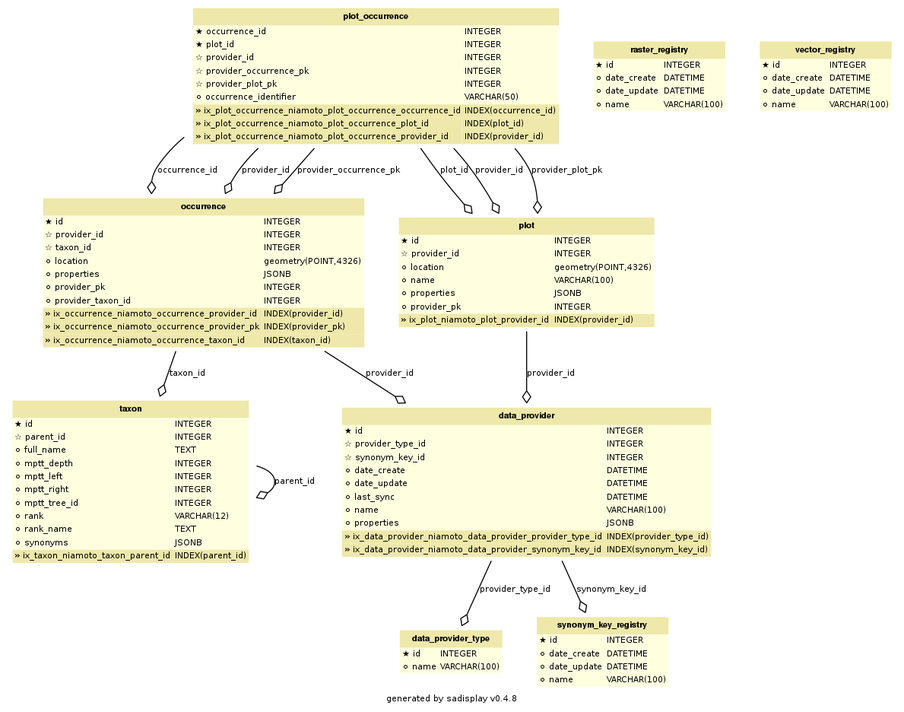
Earlier version of the Graphviz export docs/_static/db_schema.png (dimitri-justeau/niamoto-core). Its source is kept beside it as docs/_static/db_schema.dot.
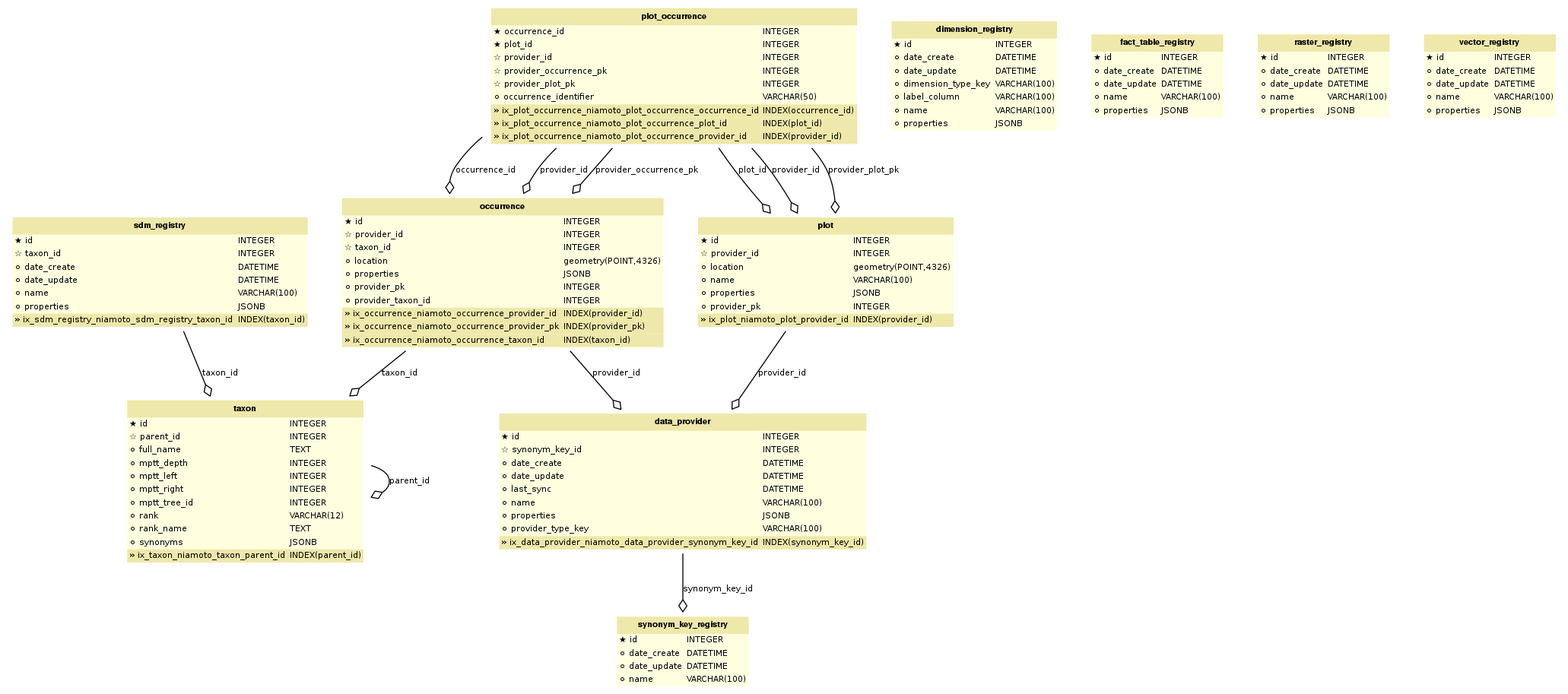
The same diagram one commit later.

Commit message:
Update Plantnote provider

The edit, as a diff of the source:
```diff
@@ -1,5 +1,4 @@
         digraph G {
-            label = "generated by sadisplay v0.4.8";
             fontname = "Bitstream Vera Sans"
             fontsize = 8
 
@@ -26,10 +25,6 @@
         ></TD><TD ALIGN="LEFT"
         ><FONT FACE="Bitstream Vera Sans">INTEGER</FONT
         ></TD></TR> <TR><TD ALIGN="LEFT" BORDER="0"
-        ><FONT FACE="Bitstream Vera Sans">☆ provider_type_id</FONT
-        ></TD><TD ALIGN="LEFT"
-        ><FONT FACE="Bitstream Vera Sans">INTEGER</FONT
-        ></TD></TR> <TR><TD ALIGN="LEFT" BORDER="0"
         ><FONT FACE="Bitstream Vera Sans">☆ synonym_key_id</FONT
         ></TD><TD ALIGN="LEFT"
         ><FONT FACE="Bitstream Vera Sans">INTEGER</FONT
@@ -53,12 +48,11 @@
         ><FONT FACE="Bitstream Vera Sans">⚪ properties</FONT
         ></TD><TD ALIGN="LEFT"
         ><FONT FACE="Bitstream Vera Sans">JSONB</FONT
+        ></TD></TR> <TR><TD ALIGN="LEFT" BORDER="0"
+        ><FONT FACE="Bitstream Vera Sans">⚪ provider_type_key</FONT
+        ></TD><TD ALIGN="LEFT"
+        ><FONT FACE="Bitstream Vera Sans">VARCHAR(100)</FONT
         ></TD></TR><TR><TD ALIGN="LEFT" BORDER="0"
-        BGCOLOR="palegoldenrod"
-        ><FONT FACE="Bitstream Vera Sans">» ix_data_provider_niamoto_data_provider_provider_type_id</FONT></TD
-        ><TD BGCOLOR="palegoldenrod" ALIGN="LEFT"
-        ><FONT FACE="Bitstream Vera Sans">INDEX(provider_type_id)</FONT
-        ></TD></TR> <TR><TD ALIGN="LEFT" BORDER="0"
         BGCOLOR="palegoldenrod"
         ><FONT FACE="Bitstream Vera Sans">» ix_data_provider_niamoto_data_provider_synonym_key_id</FONT></TD
         ><TD BGCOLOR="palegoldenrod" ALIGN="LEFT"
@@ -68,20 +62,71 @@
     >]
 
 
-        data_provider_type [label=<
+        dimension_registry [label=<
         <TABLE BGCOLOR="lightyellow" BORDER="0"
             CELLBORDER="0" CELLSPACING="0">
                 <TR><TD COLSPAN="2" CELLPADDING="4"
                         ALIGN="CENTER" BGCOLOR="palegoldenrod"
                 ><FONT FACE="Helvetica Bold" COLOR="black"
-                >data_provider_type</FONT></TD></TR><TR><TD ALIGN="LEFT" BORDER="0"
+                >dimension_registry</FONT></TD></TR><TR><TD ALIGN="LEFT" BORDER="0"
         ><FONT FACE="Bitstream Vera Sans">★ id</FONT
         ></TD><TD ALIGN="LEFT"
         ><FONT FACE="Bitstream Vera Sans">INTEGER</FONT
         ></TD></TR> <TR><TD ALIGN="LEFT" BORDER="0"
+        ><FONT FACE="Bitstream Vera Sans">⚪ date_create</FONT
+        ></TD><TD ALIGN="LEFT"
+        ><FONT FACE="Bitstream Vera Sans">DATETIME</FONT
+        ></TD></TR> <TR><TD ALIGN="LEFT" BORDER="0"
+        ><FONT FACE="Bitstream Vera Sans">⚪ date_update</FONT
+        ></TD><TD ALIGN="LEFT"
+        ><FONT FACE="Bitstream Vera Sans">DATETIME</FONT
+        ></TD></TR> <TR><TD ALIGN="LEFT" BORDER="0"
+        ><FONT FACE="Bitstream Vera Sans">⚪ dimension_type_key</FONT
+        ></TD><TD ALIGN="LEFT"
+        ><FONT FACE="Bitstream Vera Sans">VARCHAR(100)</FONT
+        ></TD></TR> <TR><TD ALIGN="LEFT" BORDER="0"
+        ><FONT FACE="Bitstream Vera Sans">⚪ label_column</FONT
+        ></TD><TD ALIGN="LEFT"
+        ><FONT FACE="Bitstream Vera Sans">VARCHAR(100)</FONT
+        ></TD></TR> <TR><TD ALIGN="LEFT" BORDER="0"
         ><FONT FACE="Bitstream Vera Sans">⚪ name</FONT
         ></TD><TD ALIGN="LEFT"
         ><FONT FACE="Bitstream Vera Sans">VARCHAR(100)</FONT
+        ></TD></TR> <TR><TD ALIGN="LEFT" BORDER="0"
+        ><FONT FACE="Bitstream Vera Sans">⚪ properties</FONT
+        ></TD><TD ALIGN="LEFT"
+        ><FONT FACE="Bitstream Vera Sans">JSONB</FONT
+        ></TD></TR>
+        </TABLE>
+    >]
+
+
+        fact_table_registry [label=<
+        <TABLE BGCOLOR="lightyellow" BORDER="0"
+            CELLBORDER="0" CELLSPACING="0">
+                <TR><TD COLSPAN="2" CELLPADDING="4"
+                        ALIGN="CENTER" BGCOLOR="palegoldenrod"
+                ><FONT FACE="Helvetica Bold" COLOR="black"
+                >fact_table_registry</FONT></TD></TR><TR><TD ALIGN="LEFT" BORDER="0"
+        ><FONT FACE="Bitstream Vera Sans">★ id</FONT
+        ></TD><TD ALIGN="LEFT"
+        ><FONT FACE="Bitstream Vera Sans">INTEGER</FONT
+        ></TD></TR> <TR><TD ALIGN="LEFT" BORDER="0"
+        ><FONT FACE="Bitstream Vera Sans">⚪ date_create</FONT
+        ></TD><TD ALIGN="LEFT"
+        ><FONT FACE="Bitstream Vera Sans">DATETIME</FONT
+        ></TD></TR> <TR><TD ALIGN="LEFT" BORDER="0"
+        ><FONT FACE="Bitstream Vera Sans">⚪ date_update</FONT
+        ></TD><TD ALIGN="LEFT"
+        ><FONT FACE="Bitstream Vera Sans">DATETIME</FONT
+        ></TD></TR> <TR><TD ALIGN="LEFT" BORDER="0"
+        ><FONT FACE="Bitstream Vera Sans">⚪ name</FONT
+        ></TD><TD ALIGN="LEFT"
+        ><FONT FACE="Bitstream Vera Sans">VARCHAR(100)</FONT
+        ></TD></TR> <TR><TD ALIGN="LEFT" BORDER="0"
+        ><FONT FACE="Bitstream Vera Sans">⚪ properties</FONT
+        ></TD><TD ALIGN="LEFT"
+        ><FONT FACE="Bitstream Vera Sans">JSONB</FONT
         ></TD></TR>
         </TABLE>
     >]
@@ -253,6 +298,50 @@
         ><FONT FACE="Bitstream Vera Sans">⚪ name</FONT
         ></TD><TD ALIGN="LEFT"
         ><FONT FACE="Bitstream Vera Sans">VARCHAR(100)</FONT
+        ></TD></TR> <TR><TD ALIGN="LEFT" BORDER="0"
+        ><FONT FACE="Bitstream Vera Sans">⚪ properties</FONT
+        ></TD><TD ALIGN="LEFT"
+        ><FONT FACE="Bitstream Vera Sans">JSONB</FONT
+        ></TD></TR>
+        </TABLE>
+    >]
+
+
+        sdm_registry [label=<
+        <TABLE BGCOLOR="lightyellow" BORDER="0"
+            CELLBORDER="0" CELLSPACING="0">
+                <TR><TD COLSPAN="2" CELLPADDING="4"
+                        ALIGN="CENTER" BGCOLOR="palegoldenrod"
+                ><FONT FACE="Helvetica Bold" COLOR="black"
+                >sdm_registry</FONT></TD></TR><TR><TD ALIGN="LEFT" BORDER="0"
+        ><FONT FACE="Bitstream Vera Sans">★ id</FONT
+        ></TD><TD ALIGN="LEFT"
+        ><FONT FACE="Bitstream Vera Sans">INTEGER</FONT
+        ></TD></TR> <TR><TD ALIGN="LEFT" BORDER="0"
+        ><FONT FACE="Bitstream Vera Sans">☆ taxon_id</FONT
+        ></TD><TD ALIGN="LEFT"
+        ><FONT FACE="Bitstream Vera Sans">INTEGER</FONT
+        ></TD></TR> <TR><TD ALIGN="LEFT" BORDER="0"
+        ><FONT FACE="Bitstream Vera Sans">⚪ date_create</FONT
+        ></TD><TD ALIGN="LEFT"
+        ><FONT FACE="Bitstream Vera Sans">DATETIME</FONT
+        ></TD></TR> <TR><TD ALIGN="LEFT" BORDER="0"
+        ><FONT FACE="Bitstream Vera Sans">⚪ date_update</FONT
+        ></TD><TD ALIGN="LEFT"
+        ><FONT FACE="Bitstream Vera Sans">DATETIME</FONT
+        ></TD></TR> <TR><TD ALIGN="LEFT" BORDER="0"
+        ><FONT FACE="Bitstream Vera Sans">⚪ name</FONT
+        ></TD><TD ALIGN="LEFT"
+        ><FONT FACE="Bitstream Vera Sans">VARCHAR(100)</FONT
+        ></TD></TR> <TR><TD ALIGN="LEFT" BORDER="0"
+        ><FONT FACE="Bitstream Vera Sans">⚪ properties</FONT
+        ></TD><TD ALIGN="LEFT"
+        ><FONT FACE="Bitstream Vera Sans">JSONB</FONT
+        ></TD></TR><TR><TD ALIGN="LEFT" BORDER="0"
+        BGCOLOR="palegoldenrod"
+        ><FONT FACE="Bitstream Vera Sans">» ix_sdm_registry_niamoto_sdm_registry_taxon_id</FONT></TD
+        ><TD BGCOLOR="palegoldenrod" ALIGN="LEFT"
+        ><FONT FACE="Bitstream Vera Sans">INDEX(taxon_id)</FONT
         ></TD></TR>
         </TABLE>
     >]
@@ -363,6 +452,10 @@
         ><FONT FACE="Bitstream Vera Sans">⚪ name</FONT
         ></TD><TD ALIGN="LEFT"
         ><FONT FACE="Bitstream Vera Sans">VARCHAR(100)</FONT
+        ></TD></TR> <TR><TD ALIGN="LEFT" BORDER="0"
+        ><FONT FACE="Bitstream Vera Sans">⚪ properties</FONT
+        ></TD><TD ALIGN="LEFT"
+        ><FONT FACE="Bitstream Vera Sans">JSONB</FONT
         ></TD></TR>
         </TABLE>
     >]
@@ -374,16 +467,16 @@
 		arrowhead = ediamond
 		arrowtail = open
 	]
-	"data_provider" -> "data_provider_type" [label = "provider_type_id"]
 	"data_provider" -> "synonym_key_registry" [label = "synonym_key_id"]
 	"occurrence" -> "data_provider" [label = "provider_id"]
 	"occurrence" -> "taxon" [label = "taxon_id"]
 	"plot" -> "data_provider" [label = "provider_id"]
 	"plot_occurrence" -> "plot" [label = "plot_id"]
 	"plot_occurrence" -> "occurrence" [label = "occurrence_id"]
+	"plot_occurrence" -> "occurrence" [label = "provider_id"]
 	"plot_occurrence" -> "plot" [label = "provider_id"]
-	"plot_occurrence" -> "occurrence" [label = "provider_id"]
 	"plot_occurrence" -> "plot" [label = "provider_plot_pk"]
 	"plot_occurrence" -> "occurrence" [label = "provider_occurrence_pk"]
+	"sdm_registry" -> "taxon" [label = "taxon_id"]
 	"taxon" -> "taxon" [label = "parent_id"]
 }
```
